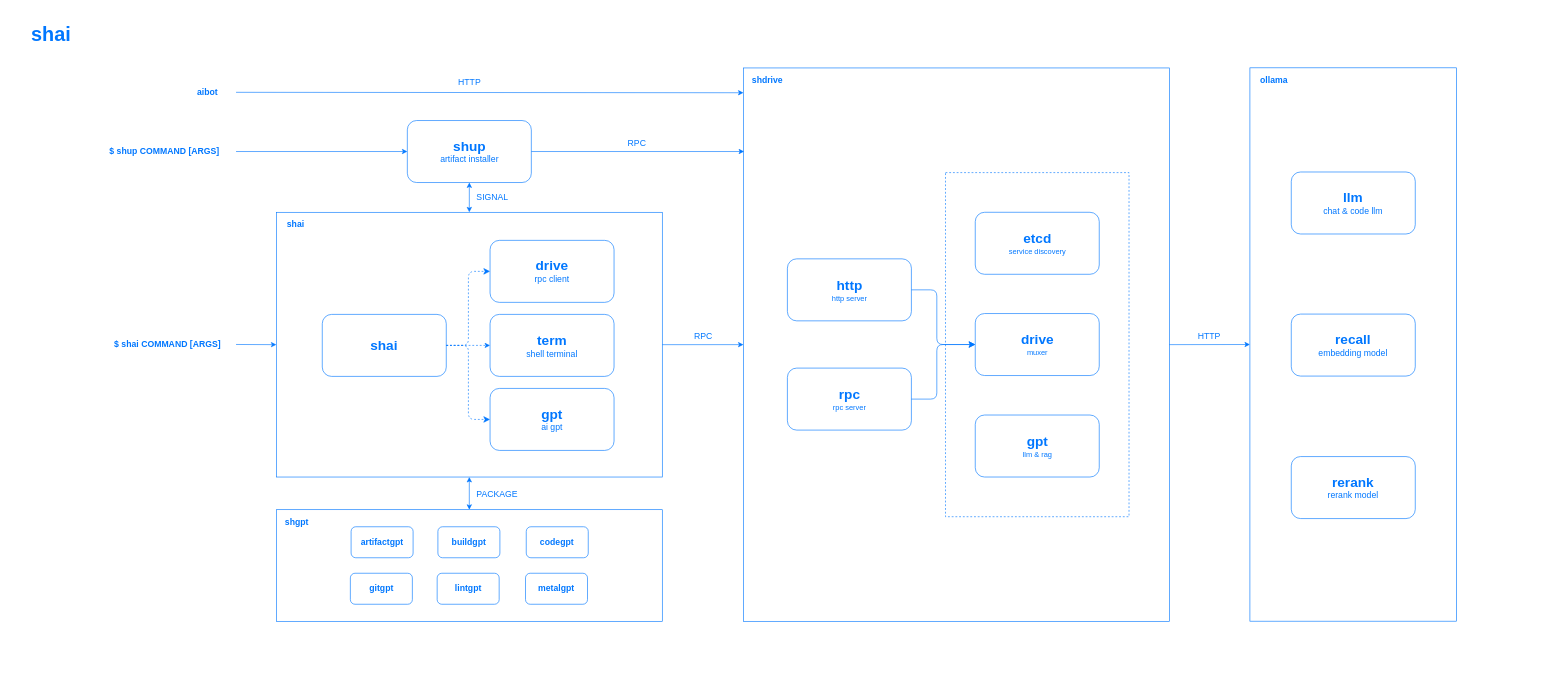
The draw.io diagram arch.drawio in ai-flowx/.github, before the edit. Source tidied: cells renumbered, new cells numbered last; positions are measured from the earlier drawing's top-left corner, leaving out a move shared by most shapes. Both pictures are drawn from the tidied source at 62%, with x=0, y=0 at pixel (11, 10).
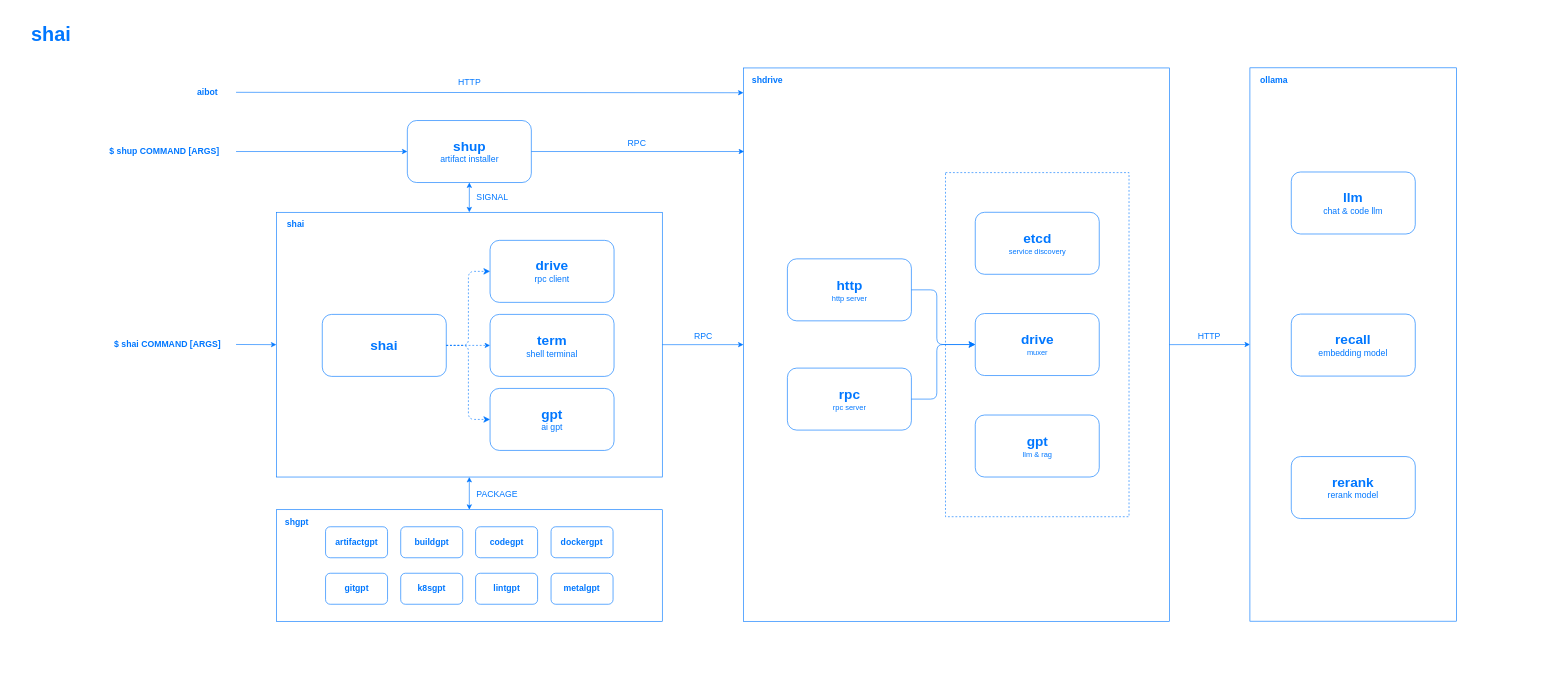
The same page after the edit.

Diff of the diagram source:
```diff
@@
     <mxCell id="15" value="&lt;font color=&quot;#0077ff&quot; style=&quot;&quot;&gt;&lt;b style=&quot;&quot;&gt;&lt;font style=&quot;font-size: 14px;&quot;&gt;artifactgpt&lt;/font&gt;&lt;/b&gt;&lt;br&gt;&lt;/font&gt;" style="rounded=1;whiteSpace=wrap;html=1;strokeColor=#0077FF;fillColor=none;shadow=0;" parent="1" vertex="1">
-      <mxGeometry x="548.8" y="833.1" width="100" height="50" as="geometry" />
+      <mxGeometry x="507.6" y="833.1" width="100" height="50" as="geometry" />
     </mxCell>
     <mxCell id="16" value="&lt;font color=&quot;#0077ff&quot; style=&quot;&quot;&gt;&lt;b style=&quot;&quot;&gt;&lt;font style=&quot;font-size: 14px;&quot;&gt;buildgpt&lt;/font&gt;&lt;/b&gt;&lt;br&gt;&lt;/font&gt;" style="rounded=1;whiteSpace=wrap;html=1;strokeColor=#0077FF;fillColor=none;shadow=0;" parent="1" vertex="1">
-      <mxGeometry x="688.8" y="833.1" width="100" height="50" as="geometry" />
+      <mxGeometry x="628.8" y="833.1" width="100" height="50" as="geometry" />
     </mxCell>
     <mxCell id="17" value="&lt;font color=&quot;#0077ff&quot; style=&quot;&quot;&gt;&lt;b style=&quot;&quot;&gt;&lt;font style=&quot;font-size: 14px;&quot;&gt;codegpt&lt;/font&gt;&lt;/b&gt;&lt;br&gt;&lt;/font&gt;" style="rounded=1;whiteSpace=wrap;html=1;strokeColor=#0077FF;fillColor=none;shadow=0;" parent="1" vertex="1">
-      <mxGeometry x="831.3" y="833.1" width="100" height="50" as="geometry" />
+      <mxGeometry x="749.6" y="833.1" width="100" height="50" as="geometry" />
     </mxCell>
     <mxCell id="18" value="&lt;font color=&quot;#0077ff&quot; style=&quot;&quot;&gt;&lt;b style=&quot;&quot;&gt;&lt;font style=&quot;font-size: 14px;&quot;&gt;gitgpt&lt;/font&gt;&lt;/b&gt;&lt;br&gt;&lt;/font&gt;" style="rounded=1;whiteSpace=wrap;html=1;strokeColor=#0077FF;fillColor=none;shadow=0;" parent="1" vertex="1">
-      <mxGeometry x="547.6" y="908.1" width="100" height="50" as="geometry" />
+      <mxGeometry x="507.6" y="908.1" width="100" height="50" as="geometry" />
     </mxCell>
     <mxCell id="19" value="&lt;font color=&quot;#0077ff&quot; style=&quot;&quot;&gt;&lt;b style=&quot;&quot;&gt;&lt;font style=&quot;font-size: 14px;&quot;&gt;lintgpt&lt;/font&gt;&lt;/b&gt;&lt;br&gt;&lt;/font&gt;" style="rounded=1;whiteSpace=wrap;html=1;strokeColor=#0077FF;fillColor=none;shadow=0;" parent="1" vertex="1">
-      <mxGeometry x="687.6" y="908.1" width="100" height="50" as="geometry" />
+      <mxGeometry x="749.6" y="908.1" width="100" height="50" as="geometry" />
     </mxCell>
     <mxCell id="20" value="&lt;font color=&quot;#0077ff&quot; style=&quot;&quot;&gt;&lt;b style=&quot;&quot;&gt;&lt;font style=&quot;font-size: 14px;&quot;&gt;metalgpt&lt;/font&gt;&lt;/b&gt;&lt;br&gt;&lt;/font&gt;" style="rounded=1;whiteSpace=wrap;html=1;strokeColor=#0077FF;fillColor=none;shadow=0;" parent="1" vertex="1">
-      <mxGeometry x="830.1" y="908.1" width="100" height="50" as="geometry" />
+      <mxGeometry x="871.3" y="908.1" width="100" height="50" as="geometry" />
     </mxCell>
@@
+    <mxCell id="54" value="&lt;font color=&quot;#0077ff&quot; style=&quot;&quot;&gt;&lt;b style=&quot;&quot;&gt;&lt;font style=&quot;font-size: 14px;&quot;&gt;dockergpt&lt;/font&gt;&lt;/b&gt;&lt;br&gt;&lt;/font&gt;" style="rounded=1;whiteSpace=wrap;html=1;strokeColor=#0077FF;fillColor=none;shadow=0;" parent="1" vertex="1">
+      <mxGeometry x="871.3" y="833.1" width="100" height="50" as="geometry" />
+    </mxCell>
+    <mxCell id="55" value="&lt;font color=&quot;#0077ff&quot; style=&quot;&quot;&gt;&lt;b style=&quot;&quot;&gt;&lt;font style=&quot;font-size: 14px;&quot;&gt;k8sgpt&lt;/font&gt;&lt;/b&gt;&lt;br&gt;&lt;/font&gt;" style="rounded=1;whiteSpace=wrap;html=1;strokeColor=#0077FF;fillColor=none;shadow=0;" parent="1" vertex="1">
+      <mxGeometry x="628.8" y="908.1" width="100" height="50" as="geometry" />
+    </mxCell>
```
